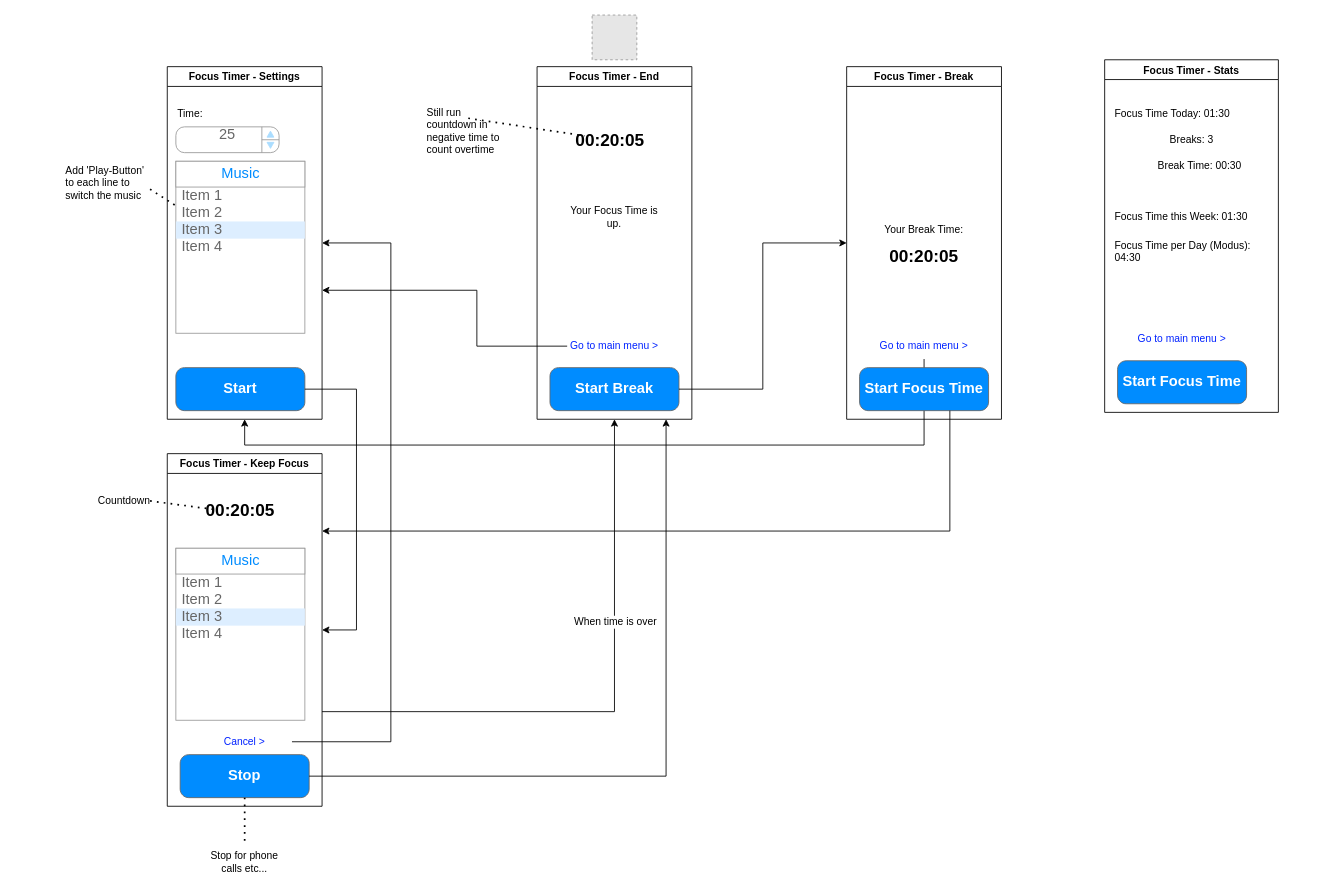
Before: Documentation/mock.drawio in doesch/FocusTimer, a draw.io diagram. Source tidied: cells renumbered, new cells numbered last; positions are measured from the earlier drawing's top-left corner, leaving out a move shared by most shapes. Both pictures are drawn from the tidied source at 86%, with x=0, y=0 at pixel (64, 15). Pictures stored in the file or linked from it are replaced by grey dashed boxes.
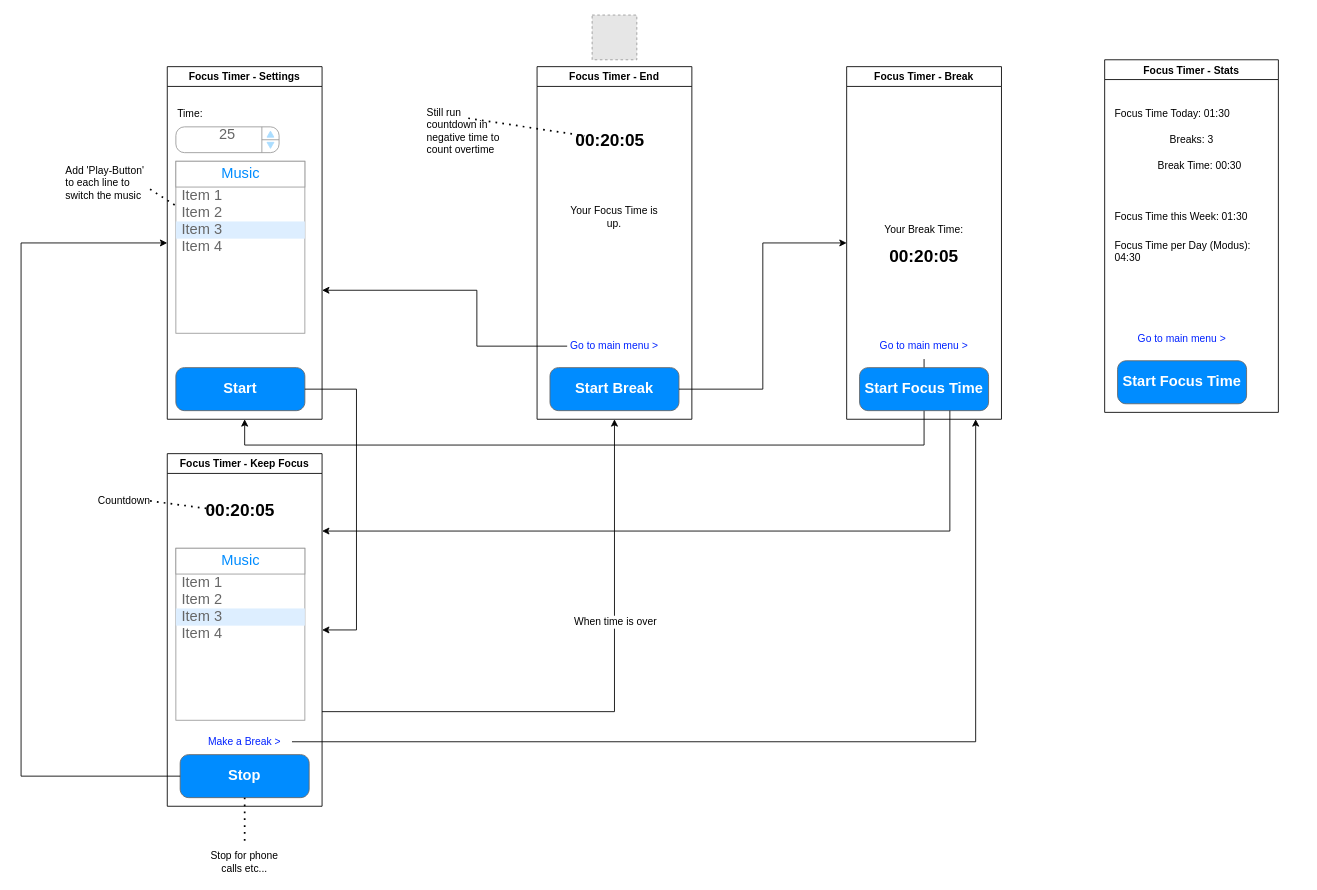
After the change.

The change refers to these unchanged cells:
```xml
<mxCell id="3" value="Focus Timer - Settings" style="swimlane;" parent="1" vertex="1">
  <mxGeometry x="120" y="60" width="180" height="410" as="geometry" />
</mxCell>
<mxCell id="15" value="Focus Timer - Break" style="swimlane;" parent="1" vertex="1">
  <mxGeometry x="910" y="60" width="180" height="410" as="geometry" />
</mxCell>
<mxCell id="20" value="Focus Timer - Keep Focus" style="swimlane;" parent="1" vertex="1">
  <mxGeometry x="120" y="510" width="180" height="410" as="geometry" />
</mxCell>
<mxCell id="21" value="Stop" style="strokeWidth=1;shadow=0;dashed=0;align=center;html=1;shape=mxgraph.mockup.buttons.button;strokeColor=#666666;fontColor=#ffffff;mainText=;buttonStyle=round;fontSize=17;fontStyle=1;fillColor=#008cff;whiteSpace=wrap;" parent="20" vertex="1">
  <mxGeometry x="15" y="350" width="150" height="50" as="geometry" />
</mxCell>
<mxCell id="34" value="Focus Timer - End" style="swimlane;" parent="1" vertex="1">
  <mxGeometry x="550" y="60" width="180" height="410" as="geometry" />
</mxCell>
```

The edit, as a diff of the source:
```diff
@@
-    <mxCell id="29" value="Cancel &amp;gt;" style="text;html=1;strokeColor=none;fillColor=none;align=center;verticalAlign=middle;whiteSpace=wrap;rounded=0;fontSize=12;fontStyle=0;fontColor=#0022FF;" parent="20" vertex="1">
+    <mxCell id="29" value="Make a Break &amp;gt;" style="text;html=1;strokeColor=none;fillColor=none;align=center;verticalAlign=middle;whiteSpace=wrap;rounded=0;fontSize=12;fontStyle=0;fontColor=#0022FF;" parent="20" vertex="1">
       <mxGeometry x="35" y="320" width="110" height="30" as="geometry" />
     </mxCell>
-    <mxCell id="30" style="endArrow=classic;html=1;rounded=0;fontSize=20;edgeStyle=orthogonalEdgeStyle;" parent="1" edge="1" source="29" target="3">
+    <mxCell id="30" style="endArrow=classic;html=1;rounded=0;fontSize=20;edgeStyle=orthogonalEdgeStyle;" parent="1" edge="1" source="29" target="15">
       <mxGeometry relative="1" as="geometry">
         <Array as="points">
-          <mxPoint x="380" y="845" />
-          <mxPoint x="380" y="265" />
+          <mxPoint x="1060" y="845" />
         </Array>
       </mxGeometry>
     </mxCell>
@@
-    <mxCell id="57" style="endArrow=classic;html=1;rounded=0;edgeStyle=elbowEdgeStyle;" parent="1" edge="1" source="21" target="34">
+    <mxCell id="57" style="endArrow=classic;html=1;rounded=0;edgeStyle=elbowEdgeStyle;" parent="1" edge="1" source="21" target="3">
       <mxGeometry relative="1" as="geometry">
         <Array as="points">
-          <mxPoint x="700" y="680" />
+          <mxPoint x="-50" y="550" />
           <mxPoint x="690" y="590" />
         </Array>
       </mxGeometry>
     </mxCell>
```
